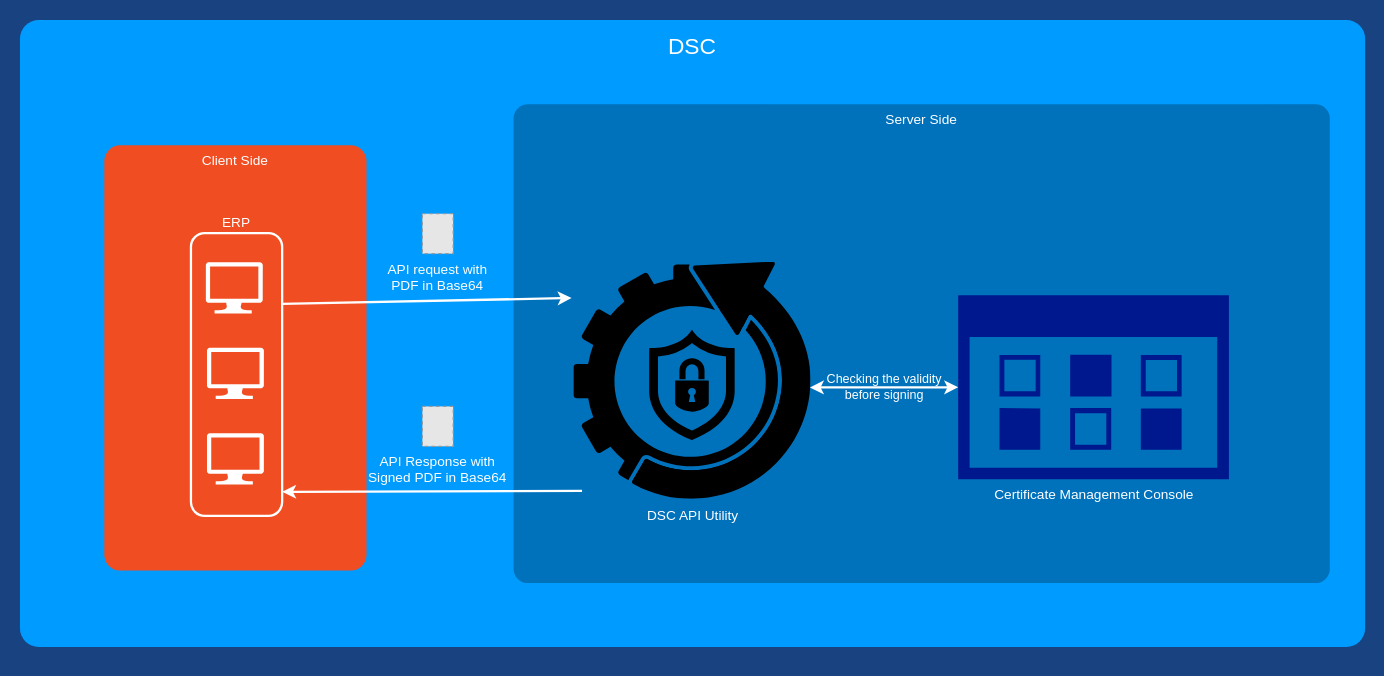
Before: JCB_Original.drawio in superavesh/Diagrams, a draw.io diagram. Source tidied: cells renumbered, new cells numbered last; positions are measured from the earlier drawing's top-left corner, leaving out a move shared by most shapes. Both pictures are drawn from the tidied source at 114%, with x=0, y=0 at pixel (19, 19). Pictures stored in the file or linked from it are replaced by grey dashed boxes.
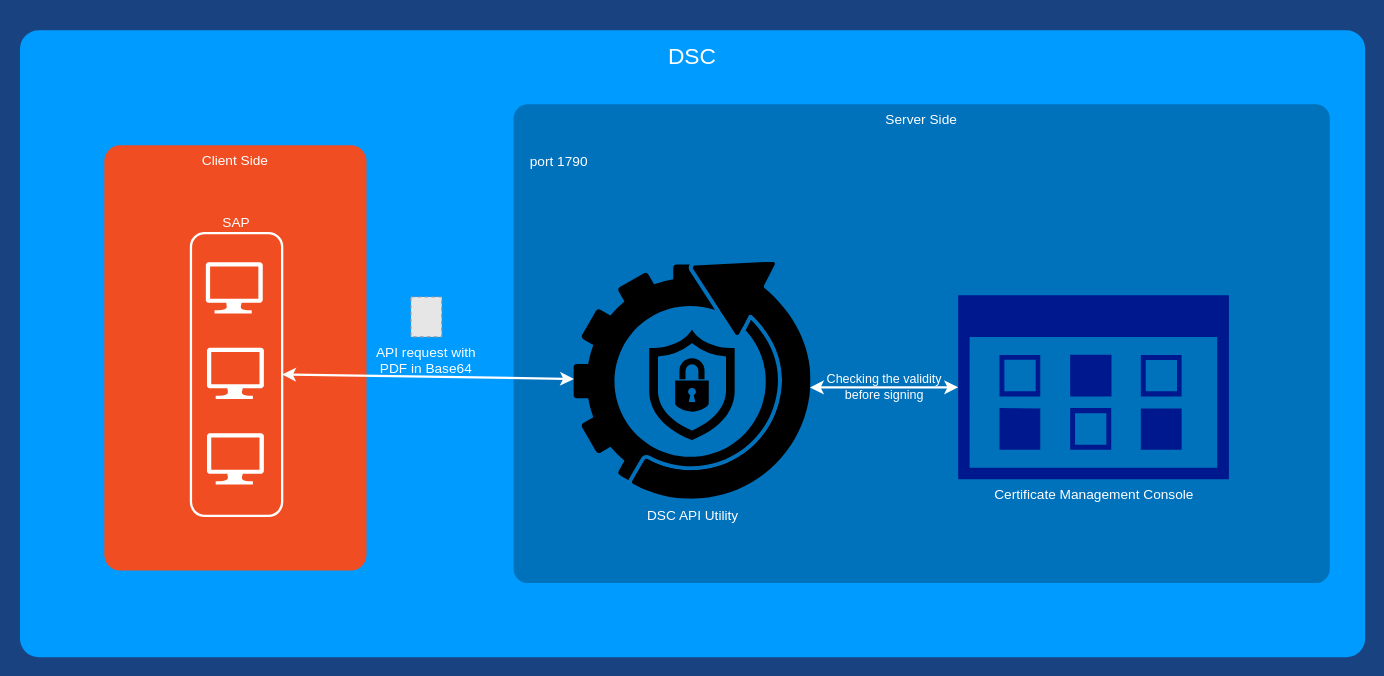
The same diagram, later.

Change to the diagram source:
```diff
@@
 <mxGraphModel background="#184380">
   <root>
     <mxCell id="0" />
     <mxCell id="1" parent="0" />
     <mxCell id="2" value="DSC" style="whiteSpace=wrap;html=1;rounded=1;shadow=0;strokeColor=none;strokeWidth=2;fillColor=#009BFF;fontSize=20;fontColor=#FFFFFF;align=center;arcSize=3;verticalAlign=top;spacingTop=4;" parent="1" vertex="1">
-      <mxGeometry width="1180" height="550" as="geometry" />
+      <mxGeometry y="9" width="1180" height="550" as="geometry" />
     </mxCell>
     <mxCell id="3" value="Server Side" style="rounded=1;whiteSpace=wrap;html=1;shadow=0;strokeWidth=2;fillColor=#0072BC;fontSize=12;fontColor=#FFFFFF;align=center;strokeColor=none;arcSize=3;verticalAlign=top;imageBorder=#152de0;" parent="1" vertex="1">
       <mxGeometry x="433" y="74" width="716" height="420" as="geometry" />
     </mxCell>
     <mxCell id="4" value="Client Side" style="rounded=1;whiteSpace=wrap;html=1;shadow=0;strokeWidth=2;fillColor=#F04D22;fontSize=12;fontColor=#FFFFFF;align=center;strokeColor=none;arcSize=6;verticalAlign=top;" parent="1" vertex="1">
       <mxGeometry x="74" y="110" width="230" height="373" as="geometry" />
     </mxCell>
-    <mxCell id="5" value="ERP" style="rounded=1;whiteSpace=wrap;html=1;shadow=0;strokeWidth=2;fillColor=none;fontSize=12;fontColor=#ffffff;align=center;strokeColor=#FFFFFF;labelPosition=center;verticalLabelPosition=top;verticalAlign=bottom;" parent="1" vertex="1">
+    <mxCell id="5" value="SAP" style="rounded=1;whiteSpace=wrap;html=1;shadow=0;strokeWidth=2;fillColor=none;fontSize=12;fontColor=#ffffff;align=center;strokeColor=#FFFFFF;labelPosition=center;verticalLabelPosition=top;verticalAlign=bottom;" parent="1" vertex="1">
       <mxGeometry x="150" y="187" width="80" height="248" as="geometry" />
     </mxCell>
     <mxCell id="6" style="verticalLabelPosition=bottom;html=1;verticalAlign=top;strokeColor=none;fillColor=#FFFFFF;shape=mxgraph.azure.computer;rounded=0;shadow=0;fontSize=12;fontColor=#000000;align=center;" parent="1" vertex="1">
       <mxGeometry x="164" y="287.5" width="50" height="45" as="geometry" />
     </mxCell>
     <mxCell id="7" value="API request with &#10;PDF in Base64" style="fillColor=#E6E6E6;strokeColor=#999999;dashed=1;verticalLabelPosition=bottom;labelBackgroundColor=none;verticalAlign=top;fontColor=#ffffff;" parent="1" vertex="1">
-      <mxGeometry x="353" y="170" width="27" height="35" as="geometry" />
+      <mxGeometry x="343" y="243" width="27" height="35" as="geometry" />
     </mxCell>
-    <mxCell id="8" style="endArrow=classic;html=1;rounded=0;fontColor=#ffffff;strokeColor=#ffffff;exitX=1;exitY=0.25;exitDx=0;exitDy=0;strokeWidth=2;entryX=-0.01;entryY=0.151;entryDx=0;entryDy=0;entryPerimeter=0;" parent="1" edge="1" source="5" target="9">
-      <mxGeometry relative="1" as="geometry" />
-    </mxCell>
     <mxCell id="9" value="DSC API Utility" style="image;html=1;points=[];align=center;fontSize=12;image=img/lib/mscae/Windows_10_IoT_Core_Services.svg;labelBackgroundColor=none;fontColor=#ffffff;imageBackground=none;fillStyle=zigzag-line;imageBorder=none;" parent="1" vertex="1">
       <mxGeometry x="486" y="212.5" width="208" height="208" as="geometry" />
     </mxCell>
-    <mxCell id="10" value="API Response with&#10;Signed PDF in Base64" style="fillColor=#E6E6E6;strokeColor=#999999;dashed=1;verticalLabelPosition=bottom;labelBackgroundColor=none;verticalAlign=top;fontColor=#ffffff;" parent="1" vertex="1">
-      <mxGeometry x="353" y="339" width="27" height="35" as="geometry" />
-    </mxCell>
-    <mxCell id="11" style="endArrow=classic;html=1;rounded=0;fontColor=#ffffff;strokeColor=#ffffff;entryX=1;entryY=0.915;entryDx=0;entryDy=0;strokeWidth=2;entryPerimeter=0;exitX=0.034;exitY=0.964;exitDx=0;exitDy=0;exitPerimeter=0;" parent="1" edge="1" source="9" target="5">
-      <mxGeometry relative="1" as="geometry" />
-    </mxCell>
     <mxCell id="12" style="verticalLabelPosition=bottom;html=1;verticalAlign=top;strokeColor=none;fillColor=#FFFFFF;shape=mxgraph.azure.computer;rounded=0;shadow=0;fontSize=12;fontColor=#000000;align=center;" parent="1" vertex="1">
       <mxGeometry x="164" y="362.5" width="50" height="45" as="geometry" />
     </mxCell>
     <mxCell id="13" style="verticalLabelPosition=bottom;html=1;verticalAlign=top;strokeColor=none;fillColor=#FFFFFF;shape=mxgraph.azure.computer;rounded=0;shadow=0;fontSize=12;fontColor=#000000;align=center;" parent="1" vertex="1">
       <mxGeometry x="163" y="212.5" width="50" height="45" as="geometry" />
     </mxCell>
     <mxCell id="14" value="Certificate Management Console" style="sketch=0;shadow=0;dashed=0;html=1;strokeColor=none;labelPosition=center;verticalLabelPosition=bottom;verticalAlign=top;align=center;fillColor=#00188D;shape=mxgraph.mscae.enterprise.management_console;fontColor=#ffffff;" parent="1" vertex="1">
       <mxGeometry x="823" y="241.5" width="237.5" height="161.5" as="geometry" />
     </mxCell>
     <mxCell id="15" value="Checking the validity&lt;br&gt;before signing" style="endArrow=classic;startArrow=classic;html=1;rounded=0;strokeColor=#ffffff;strokeWidth=2;entryX=0;entryY=0.5;entryDx=0;entryDy=0;entryPerimeter=0;exitX=0.995;exitY=0.528;exitDx=0;exitDy=0;exitPerimeter=0;labelBackgroundColor=none;fontColor=#ffffff;" parent="1" edge="1" source="9" target="14">
       <mxGeometry relative="1" as="geometry" />
     </mxCell>
+    <mxCell id="8" style="endArrow=classic;startArrow=classic;html=1;rounded=0;strokeColor=#ffffff;strokeWidth=2;exitX=1;exitY=0.5;exitDx=0;exitDy=0;labelBackgroundColor=none;fontColor=#ffffff;" parent="1" edge="1" source="5" target="9">
+      <mxGeometry x="-1" y="-208" relative="1" as="geometry">
+        <mxPoint x="-204" y="-167" as="offset" />
+      </mxGeometry>
+    </mxCell>
+    <mxCell id="16" value="port 1790" style="text;html=1;strokeColor=none;fillColor=none;align=center;verticalAlign=middle;whiteSpace=wrap;rounded=0;fontColor=#ffffff;" parent="1" vertex="1">
+      <mxGeometry x="443" y="110" width="60" height="30" as="geometry" />
+    </mxCell>
   </root>
 </mxGraphModel>
```
